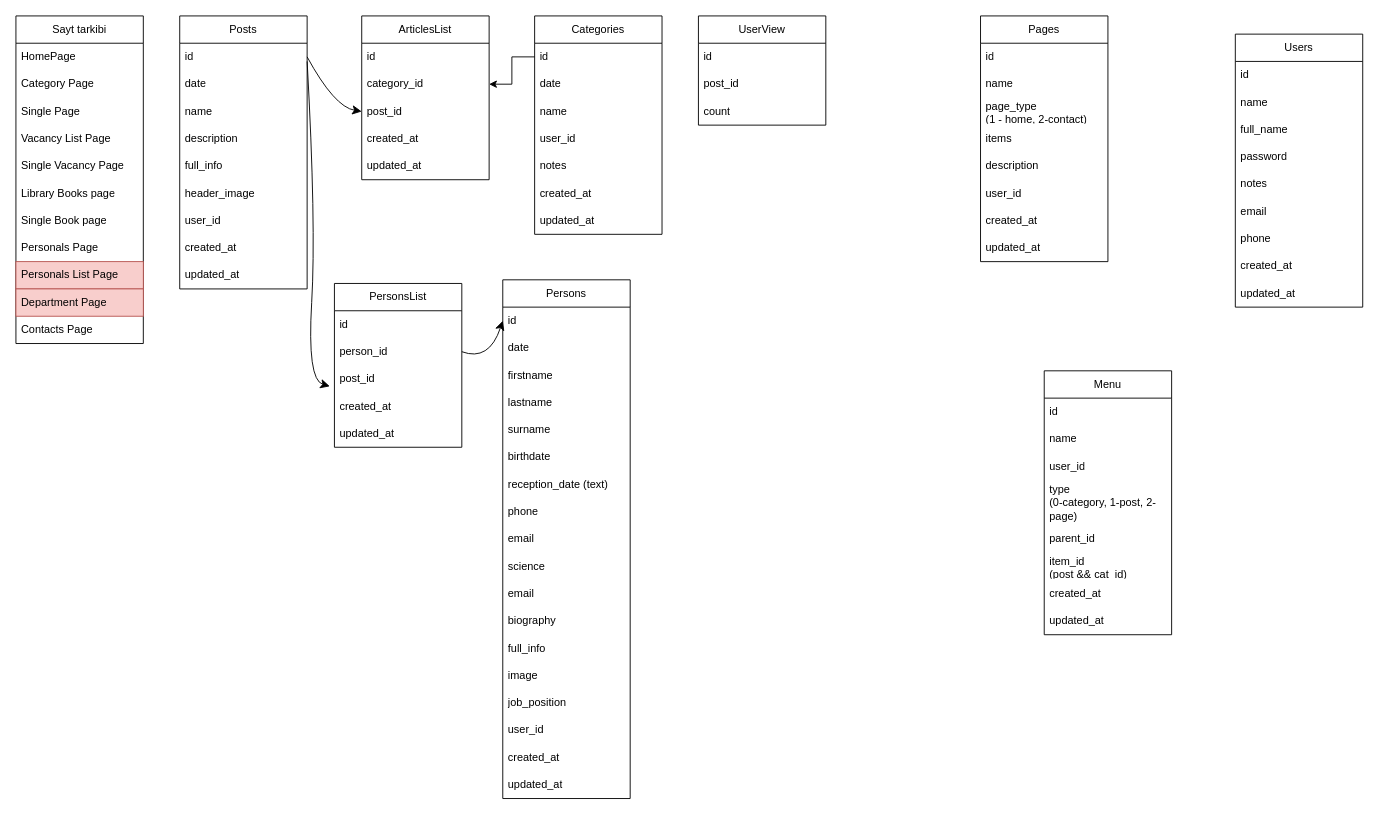
This is page "UEcosystem" (1 of 2) of WebSiteTemplate.drawio from mrmelhay/Diagrams, a draw.io file, before an edit. Source tidied: cells renumbered, new cells numbered last; positions are measured from the earlier drawing's top-left corner, leaving out a move shared by most shapes. Both pictures are drawn from the tidied source at 91%, with x=0, y=0 at pixel (15, 15).
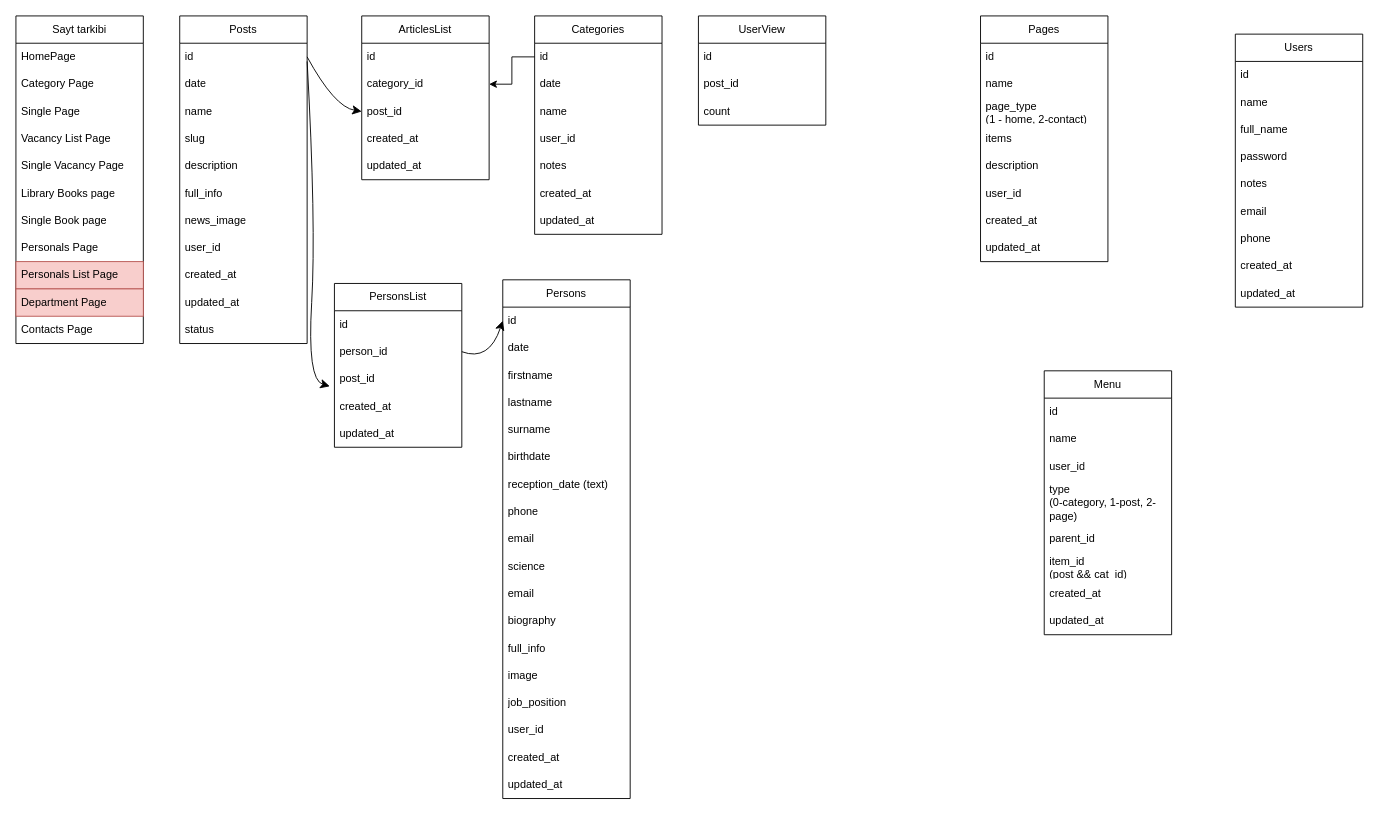
The same diagram, later.

Change to the diagram source:
```diff
@@
     <mxCell id="14" value="Posts" style="swimlane;fontStyle=0;horizontal=1;startSize=30;whiteSpace=wrap;html=1;" parent="1" vertex="1">
-      <mxGeometry x="180" width="140" height="300" as="geometry" />
+      <mxGeometry x="180" width="140" height="360" as="geometry" />
     </mxCell>
@@
+    <mxCell id="99" value="slug" style="text;strokeColor=none;fillColor=none;align=left;verticalAlign=middle;spacingLeft=4;spacingRight=4;overflow=hidden;whiteSpace=wrap;html=1;" parent="14" vertex="1">
+      <mxGeometry y="120" width="140" height="30" as="geometry" />
+    </mxCell>
     <mxCell id="18" value="description" style="text;strokeColor=none;fillColor=none;align=left;verticalAlign=middle;spacingLeft=4;spacingRight=4;overflow=hidden;whiteSpace=wrap;html=1;" parent="14" vertex="1">
-      <mxGeometry y="120" width="140" height="30" as="geometry" />
+      <mxGeometry y="150" width="140" height="30" as="geometry" />
     </mxCell>
     <mxCell id="19" value="full_info" style="text;strokeColor=none;fillColor=none;align=left;verticalAlign=middle;spacingLeft=4;spacingRight=4;overflow=hidden;whiteSpace=wrap;html=1;" parent="14" vertex="1">
-      <mxGeometry y="150" width="140" height="30" as="geometry" />
+      <mxGeometry y="180" width="140" height="30" as="geometry" />
     </mxCell>
-    <mxCell id="20" value="header_image" style="text;strokeColor=none;fillColor=none;align=left;verticalAlign=middle;spacingLeft=4;spacingRight=4;overflow=hidden;whiteSpace=wrap;html=1;" parent="14" vertex="1">
-      <mxGeometry y="180" width="140" height="30" as="geometry" />
+    <mxCell id="20" value="news_image" style="text;strokeColor=none;fillColor=none;align=left;verticalAlign=middle;spacingLeft=4;spacingRight=4;overflow=hidden;whiteSpace=wrap;html=1;" parent="14" vertex="1">
+      <mxGeometry y="210" width="140" height="30" as="geometry" />
     </mxCell>
     <mxCell id="21" value="user_id" style="text;strokeColor=none;fillColor=none;align=left;verticalAlign=middle;spacingLeft=4;spacingRight=4;overflow=hidden;whiteSpace=wrap;html=1;" parent="14" vertex="1">
-      <mxGeometry y="210" width="140" height="30" as="geometry" />
+      <mxGeometry y="240" width="140" height="30" as="geometry" />
     </mxCell>
     <mxCell id="22" value="created_at" style="text;strokeColor=none;fillColor=none;align=left;verticalAlign=middle;spacingLeft=4;spacingRight=4;overflow=hidden;whiteSpace=wrap;html=1;" parent="14" vertex="1">
-      <mxGeometry y="240" width="140" height="30" as="geometry" />
+      <mxGeometry y="270" width="140" height="30" as="geometry" />
     </mxCell>
     <mxCell id="23" value="updated_at" style="text;strokeColor=none;fillColor=none;align=left;verticalAlign=middle;spacingLeft=4;spacingRight=4;overflow=hidden;whiteSpace=wrap;html=1;" parent="14" vertex="1">
-      <mxGeometry y="270" width="140" height="30" as="geometry" />
+      <mxGeometry y="300" width="140" height="30" as="geometry" />
     </mxCell>
+    <mxCell id="100" value="status" style="text;strokeColor=none;fillColor=none;align=left;verticalAlign=middle;spacingLeft=4;spacingRight=4;overflow=hidden;whiteSpace=wrap;html=1;" parent="14" vertex="1">
+      <mxGeometry y="330" width="140" height="30" as="geometry" />
+    </mxCell>
```
